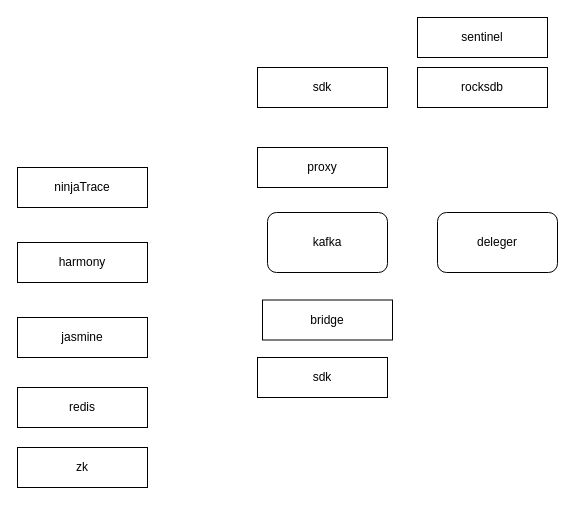
Above: hermes.drawio in MihirrajDixit/drawio (draw.io), before the change. Source tidied: cells renumbered, new cells numbered last; positions are measured from the earlier drawing's top-left corner, leaving out a move shared by most shapes. Both pictures are drawn from the tidied source at 100%, with x=0, y=0 at pixel (17, 17).
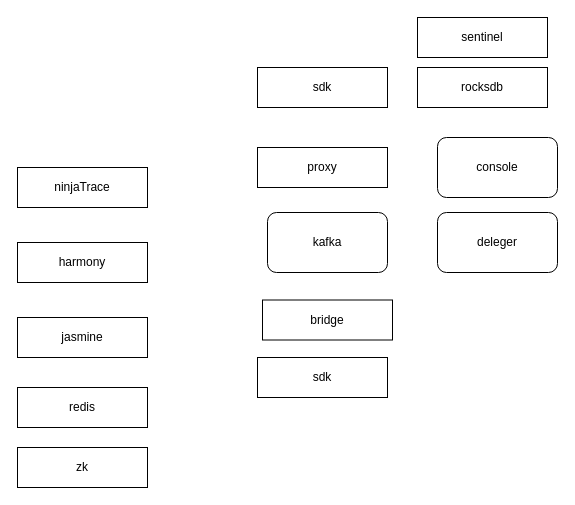
The same diagram, later.

What changed in the source:
```diff
@@
 <mxGraphModel>
   <root>
     <mxCell id="0" />
     <mxCell id="1" parent="0" />
     <mxCell id="2" value="proxy" style="rounded=0;whiteSpace=wrap;html=1;" parent="1" vertex="1">
       <mxGeometry x="240" y="130" width="130" height="40" as="geometry" />
     </mxCell>
     <mxCell id="3" value="bridge" style="rounded=0;whiteSpace=wrap;html=1;" parent="1" vertex="1">
       <mxGeometry x="245" y="282.5" width="130" height="40" as="geometry" />
     </mxCell>
     <mxCell id="4" value="ninjaTrace" style="rounded=0;whiteSpace=wrap;html=1;" parent="1" vertex="1">
       <mxGeometry y="150" width="130" height="40" as="geometry" />
     </mxCell>
     <mxCell id="5" value="harmony" style="rounded=0;whiteSpace=wrap;html=1;" parent="1" vertex="1">
       <mxGeometry y="225" width="130" height="40" as="geometry" />
     </mxCell>
     <mxCell id="6" value="jasmine" style="rounded=0;whiteSpace=wrap;html=1;" parent="1" vertex="1">
       <mxGeometry y="300" width="130" height="40" as="geometry" />
     </mxCell>
     <mxCell id="7" value="redis" style="rounded=0;whiteSpace=wrap;html=1;" parent="1" vertex="1">
       <mxGeometry y="370" width="130" height="40" as="geometry" />
     </mxCell>
     <mxCell id="8" value="kafka" style="rounded=1;whiteSpace=wrap;html=1;" parent="1" vertex="1">
       <mxGeometry x="250" y="195" width="120" height="60" as="geometry" />
     </mxCell>
     <mxCell id="9" value="sdk" style="rounded=0;whiteSpace=wrap;html=1;" parent="1" vertex="1">
       <mxGeometry x="240" y="50" width="130" height="40" as="geometry" />
     </mxCell>
     <mxCell id="10" value="zk" style="rounded=0;whiteSpace=wrap;html=1;" parent="1" vertex="1">
       <mxGeometry y="430" width="130" height="40" as="geometry" />
     </mxCell>
     <mxCell id="11" value="rocksdb" style="rounded=0;whiteSpace=wrap;html=1;" parent="1" vertex="1">
       <mxGeometry x="400" y="50" width="130" height="40" as="geometry" />
     </mxCell>
     <mxCell id="12" value="sentinel" style="rounded=0;whiteSpace=wrap;html=1;" parent="1" vertex="1">
       <mxGeometry x="400" width="130" height="40" as="geometry" />
     </mxCell>
     <mxCell id="13" value="sdk" style="rounded=0;whiteSpace=wrap;html=1;" parent="1" vertex="1">
       <mxGeometry x="240" y="340" width="130" height="40" as="geometry" />
     </mxCell>
     <mxCell id="14" value="deleger" style="rounded=1;whiteSpace=wrap;html=1;" parent="1" vertex="1">
       <mxGeometry x="420" y="195" width="120" height="60" as="geometry" />
     </mxCell>
+    <mxCell id="15" value="console" style="rounded=1;whiteSpace=wrap;html=1;" parent="1" vertex="1">
+      <mxGeometry x="420" y="120" width="120" height="60" as="geometry" />
+    </mxCell>
   </root>
 </mxGraphModel>
```
